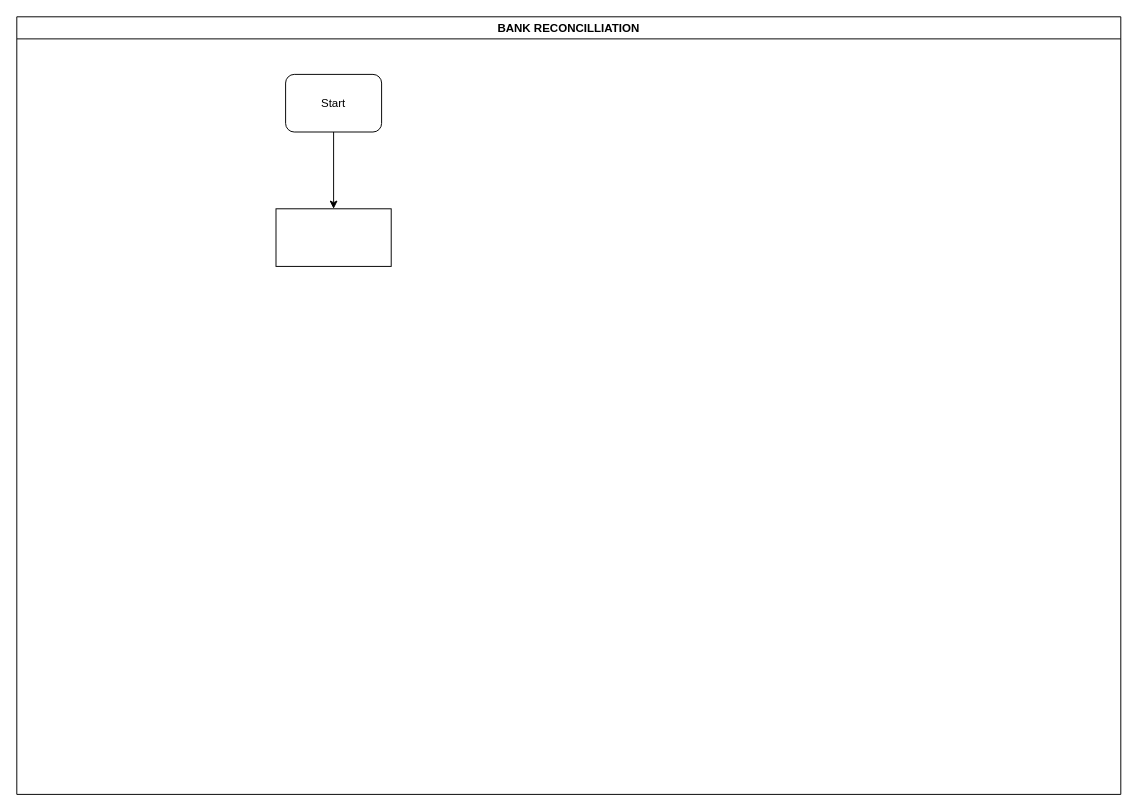
The draw.io diagram KEFRI-FIN-BANK RECONCILLIATION.drawio in kmagua/flowcharts, before the edit. Source tidied: cells renumbered, new cells numbered last; positions are measured from the earlier drawing's top-left corner, leaving out a move shared by most shapes. Both pictures are drawn from the tidied source at 96%, with x=0, y=0 at pixel (16, 16).
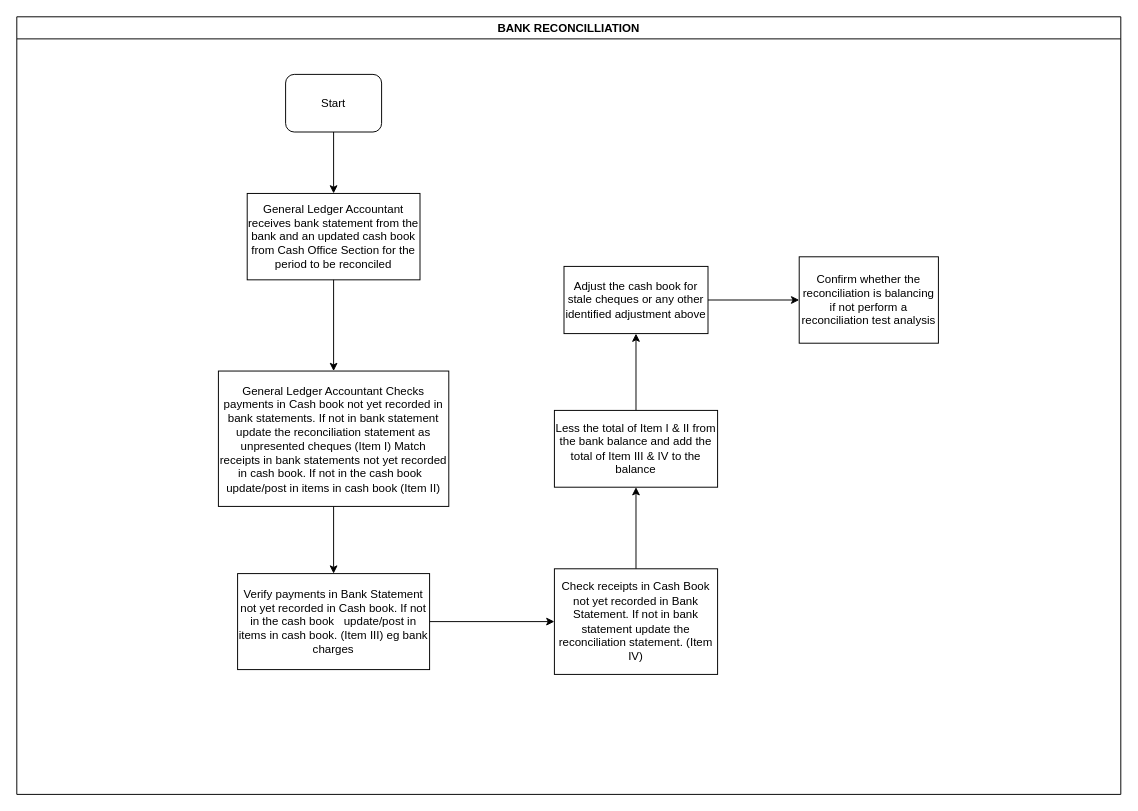
The same diagram, later.

The edit, as a diff of the source:
```diff
@@
 <mxGraphModel>
   <root>
     <mxCell id="0" />
     <mxCell id="1" parent="0" />
     <mxCell id="2" value="BANK RECONCILLIATION" style="swimlane;" parent="1" vertex="1">
       <mxGeometry width="1150" height="810" as="geometry" />
     </mxCell>
     <mxCell id="3" value="Start" style="rounded=1;whiteSpace=wrap;html=1;" parent="2" vertex="1">
       <mxGeometry x="280" y="60" width="100" height="60" as="geometry" />
     </mxCell>
-    <mxCell id="4" style="rounded=0;whiteSpace=wrap;html=1;" parent="2" vertex="1">
-      <mxGeometry x="270" y="200" width="120" height="60" as="geometry" />
+    <mxCell id="4" value="General Ledger Accountant receives bank statement from the bank and an updated cash book from Cash Office Section for the period to be reconciled" style="rounded=0;whiteSpace=wrap;html=1;" parent="2" vertex="1">
+      <mxGeometry x="240" y="184" width="180" height="90" as="geometry" />
     </mxCell>
     <mxCell id="5" style="edgeStyle=orthogonalEdgeStyle;rounded=0;jettySize=auto;html=1;entryX=0.5;entryY=0;entryDx=0;entryDy=0;" parent="2" edge="1" source="3" target="4">
       <mxGeometry relative="1" as="geometry" />
     </mxCell>
+    <mxCell id="6" style="edgeStyle=orthogonalEdgeStyle;rounded=0;jettySize=auto;html=1;" parent="1" edge="1" source="7" target="10">
+      <mxGeometry relative="1" as="geometry" />
+    </mxCell>
+    <mxCell id="7" value="General Ledger Accountant Checks payments in Cash book not yet recorded in bank statements. If not in bank statement update the reconciliation statement as unpresented cheques (Item I) Match receipts in bank statements not yet recorded in cash book. If not in the cash book&amp;nbsp;&amp;nbsp; update/post in items in cash book (Item II)" style="whiteSpace=wrap;html=1;rounded=0;" parent="1" vertex="1">
+      <mxGeometry x="210" y="369" width="240" height="141" as="geometry" />
+    </mxCell>
+    <mxCell id="8" style="edgeStyle=orthogonalEdgeStyle;rounded=0;jettySize=auto;html=1;" parent="1" edge="1" source="4" target="7">
+      <mxGeometry relative="1" as="geometry" />
+    </mxCell>
+    <mxCell id="9" style="edgeStyle=orthogonalEdgeStyle;rounded=0;jettySize=auto;html=1;" parent="1" edge="1" source="10" target="12">
+      <mxGeometry relative="1" as="geometry" />
+    </mxCell>
+    <mxCell id="10" value="Verify payments in Bank Statement not yet recorded in Cash book. If not in the cash book&amp;nbsp;&amp;nbsp; update/post in items in cash book. (Item III) eg bank charges" style="whiteSpace=wrap;html=1;rounded=0;" parent="1" vertex="1">
+      <mxGeometry x="230" y="580" width="200" height="100" as="geometry" />
+    </mxCell>
+    <mxCell id="11" style="edgeStyle=orthogonalEdgeStyle;rounded=0;jettySize=auto;html=1;" parent="1" edge="1" source="12" target="14">
+      <mxGeometry relative="1" as="geometry" />
+    </mxCell>
+    <mxCell id="12" value="Check receipts in Cash Book not yet recorded in Bank Statement. If not in bank statement update the reconciliation statement. (Item IV)" style="whiteSpace=wrap;html=1;rounded=0;" parent="1" vertex="1">
+      <mxGeometry x="560" y="575" width="170" height="110" as="geometry" />
+    </mxCell>
+    <mxCell id="13" style="edgeStyle=orthogonalEdgeStyle;rounded=0;jettySize=auto;html=1;" parent="1" edge="1" source="14" target="16">
+      <mxGeometry relative="1" as="geometry" />
+    </mxCell>
+    <mxCell id="14" value="Less the total of Item I &amp;amp; II from the bank balance and add the total of Item III &amp;amp; IV to the balance" style="whiteSpace=wrap;html=1;rounded=0;" parent="1" vertex="1">
+      <mxGeometry x="560" y="410" width="170" height="80" as="geometry" />
+    </mxCell>
+    <mxCell id="15" style="edgeStyle=orthogonalEdgeStyle;rounded=0;jettySize=auto;html=1;" parent="1" edge="1" source="16" target="17">
+      <mxGeometry relative="1" as="geometry" />
+    </mxCell>
+    <mxCell id="16" value="Adjust the cash book for stale cheques or any other identified adjustment above" style="whiteSpace=wrap;html=1;rounded=0;" parent="1" vertex="1">
+      <mxGeometry x="570" y="260" width="150" height="70" as="geometry" />
+    </mxCell>
+    <mxCell id="17" value="Confirm whether the reconciliation is balancing if not perform a reconciliation test analysis" style="whiteSpace=wrap;html=1;rounded=0;" parent="1" vertex="1">
+      <mxGeometry x="815" y="250" width="145" height="90" as="geometry" />
+    </mxCell>
   </root>
 </mxGraphModel>
```
